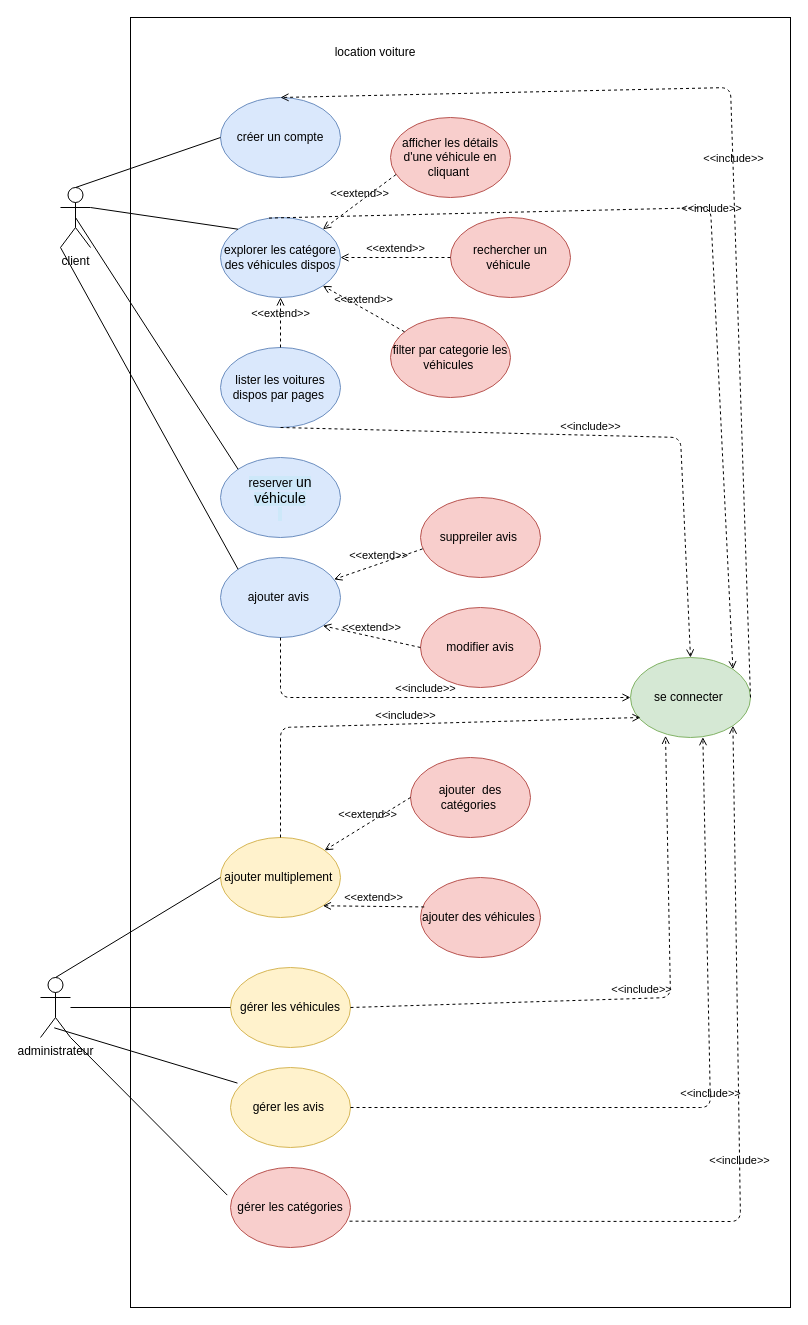
Earlier version of the draw.io diagram diagrams/use-case.drawio (HananeOubaha/brief10-drive-loc). Source tidied: cells renumbered, new cells numbered last; positions are measured from the earlier drawing's top-left corner, leaving out a move shared by most shapes. Both pictures are drawn from the tidied source at 100%, with x=0, y=0 at pixel (40, 17).
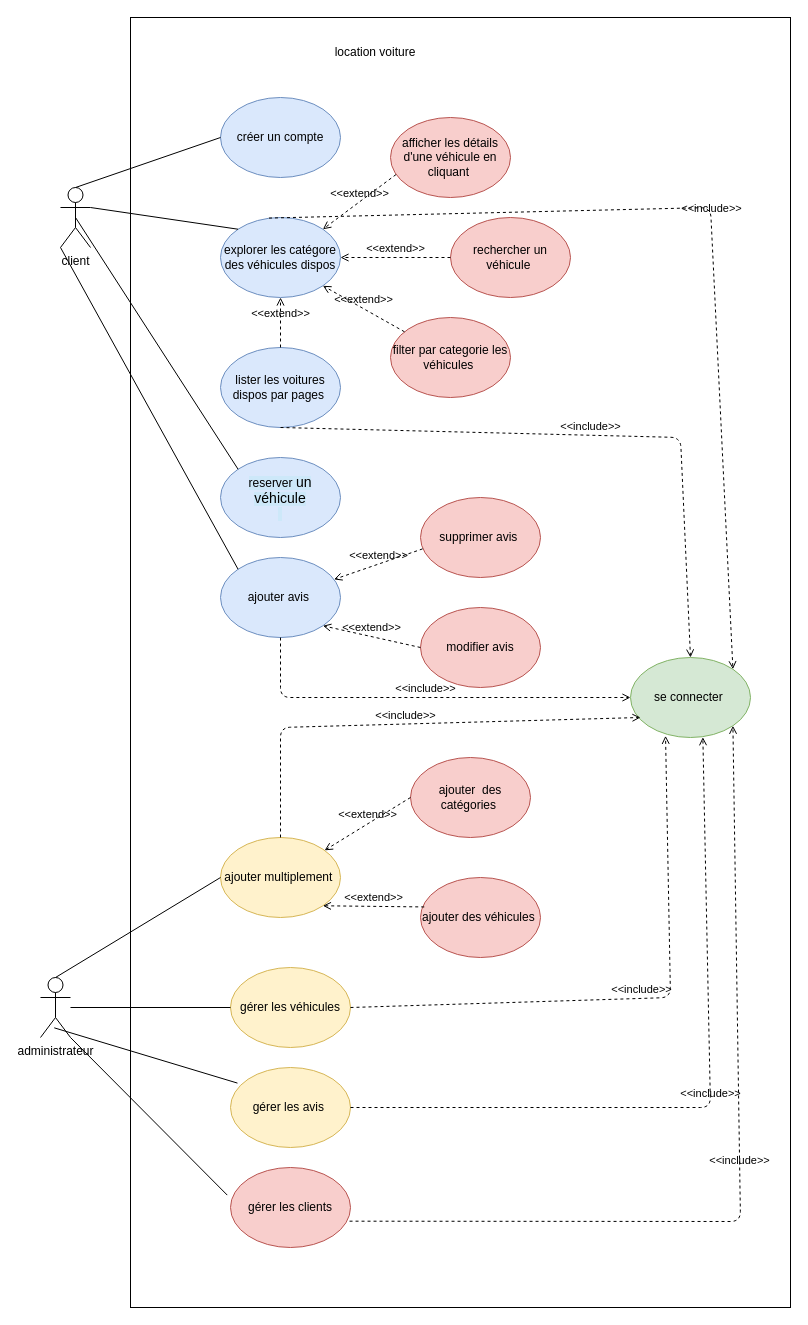
Above is the later version.

Unchanged cells that the change refers to:
```xml
<mxCell id="5" value="créer un compte" style="ellipse;whiteSpace=wrap;html=1;fillColor=#dae8fc;strokeColor=#6c8ebf;" parent="1" vertex="1">
  <mxGeometry x="180" y="80" width="120" height="80" as="geometry" />
</mxCell>
<mxCell id="38" value="se connecter&amp;nbsp;" style="ellipse;whiteSpace=wrap;html=1;fillColor=#d5e8d4;strokeColor=#82b366;" parent="1" vertex="1">
  <mxGeometry x="590" y="640" width="120" height="80" as="geometry" />
</mxCell>
```

The edit, as a diff of the source:
```diff
@@
-    <mxCell id="13" value="suppreiler avis&amp;nbsp;" style="ellipse;whiteSpace=wrap;html=1;fillColor=#f8cecc;strokeColor=#b85450;" parent="1" vertex="1">
+    <mxCell id="13" value="supprimer avis&amp;nbsp;" style="ellipse;whiteSpace=wrap;html=1;fillColor=#f8cecc;strokeColor=#b85450;" parent="1" vertex="1">
       <mxGeometry x="380" y="480" width="120" height="80" as="geometry" />
     </mxCell>
@@
-    <mxCell id="19" value="gérer les catégories&lt;br&gt;" style="ellipse;whiteSpace=wrap;html=1;fillColor=#f8cecc;strokeColor=#b85450;" parent="1" vertex="1">
+    <mxCell id="19" value="gérer les clients" style="ellipse;whiteSpace=wrap;html=1;fillColor=#f8cecc;strokeColor=#b85450;" parent="1" vertex="1">
       <mxGeometry x="190" y="1150" width="120" height="80" as="geometry" />
     </mxCell>
@@
-    <mxCell id="39" value="&amp;lt;&amp;lt;include&amp;gt;&amp;gt;" style="html=1;verticalAlign=bottom;labelBackgroundColor=none;endArrow=open;endFill=0;dashed=1;exitX=1;exitY=0.5;exitDx=0;exitDy=0;entryX=0.5;entryY=0;entryDx=0;entryDy=0;" parent="1" edge="1" source="38" target="5">
-      <mxGeometry relative="1" as="geometry">
-        <Array as="points">
-          <mxPoint x="690" y="70" />
-        </Array>
-      </mxGeometry>
-    </mxCell>
```
